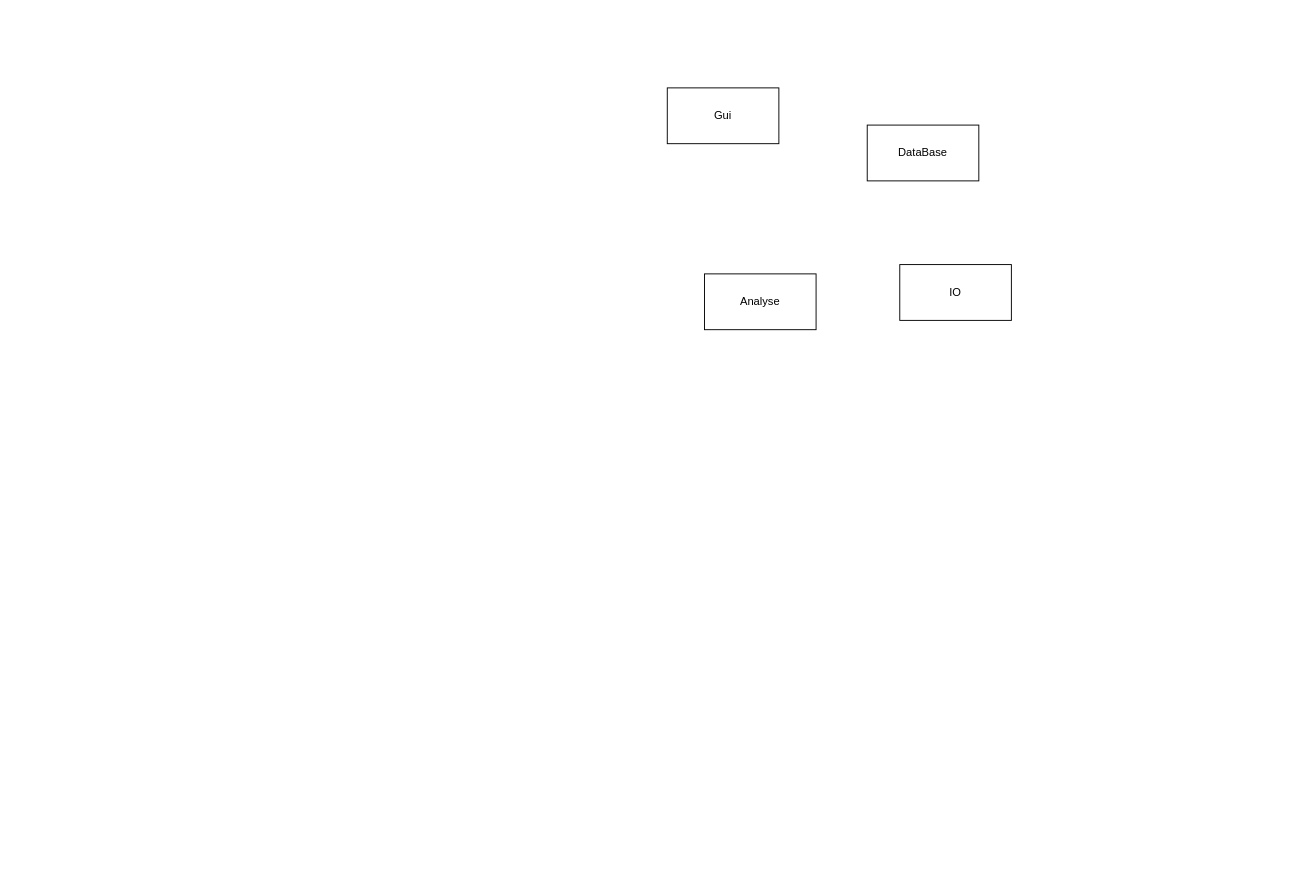
Earlier version of the draw.io diagram doc/OBS/Infrastructure/code_infrasrtucture.drawio (fbonnet08/SysProg_Cuda_Nova). Source tidied: cells renumbered, new cells numbered last; positions are measured from the earlier drawing's top-left corner, leaving out a move shared by most shapes. Both pictures are drawn from the tidied source at 93%, with x=0, y=0 at pixel (667, 87).
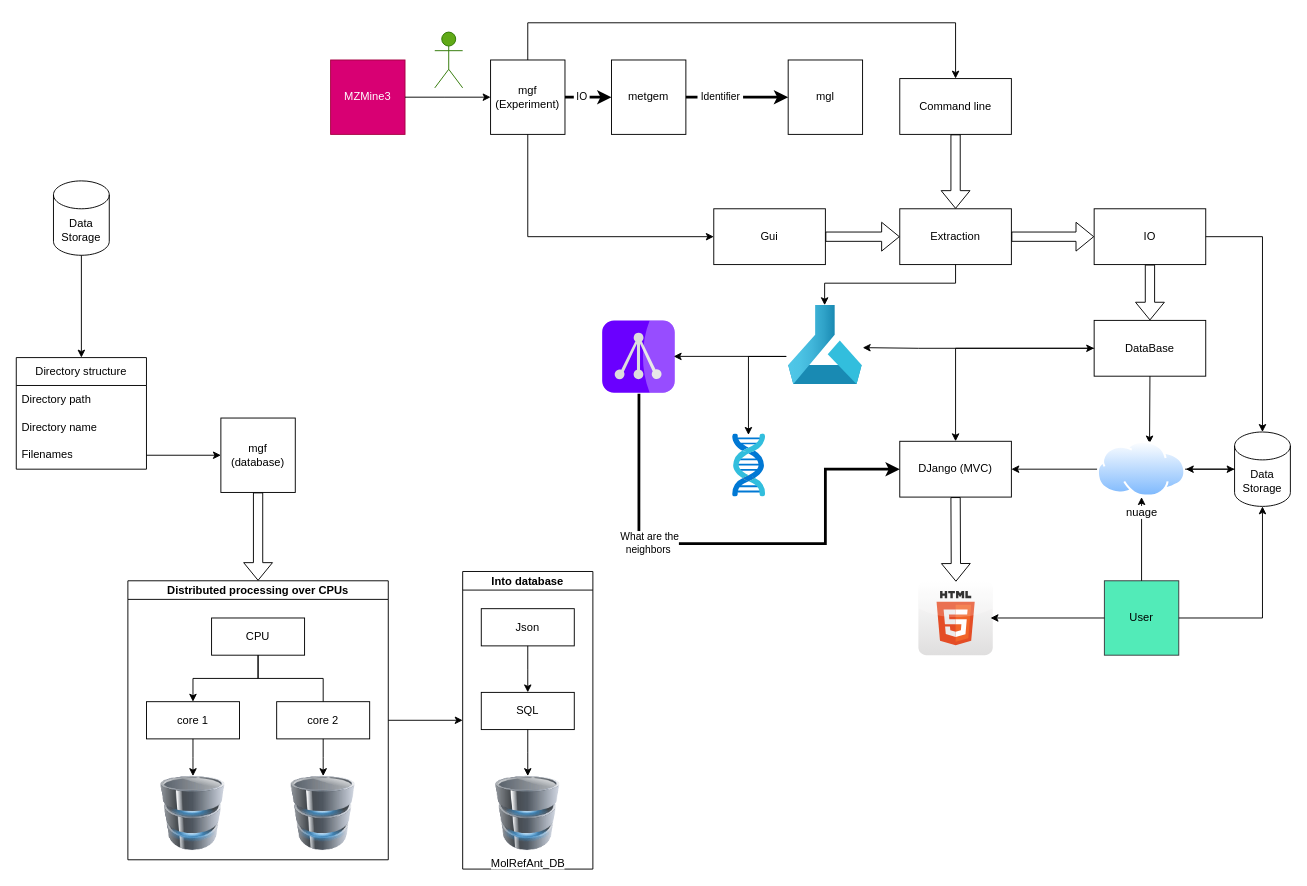
Above is the later version.

Change to the diagram source:
```diff
@@
     <mxCell id="2" value="Gui" style="rounded=0;whiteSpace=wrap;html=1;" parent="1" vertex="1">
-      <mxGeometry width="120" height="60" as="geometry" />
+      <mxGeometry x="50" y="130" width="120" height="60" as="geometry" />
     </mxCell>
-    <mxCell id="3" value="Analyse" style="rounded=0;whiteSpace=wrap;html=1;" parent="1" vertex="1">
-      <mxGeometry x="40" y="200" width="120" height="60" as="geometry" />
+    <mxCell id="3" value="Extraction" style="rounded=0;whiteSpace=wrap;html=1;" parent="1" vertex="1">
+      <mxGeometry x="250" y="130" width="120" height="60" as="geometry" />
     </mxCell>
     <mxCell id="4" value="DataBase" style="rounded=0;whiteSpace=wrap;html=1;" parent="1" vertex="1">
-      <mxGeometry x="215" y="40" width="120" height="60" as="geometry" />
+      <mxGeometry x="459" y="250" width="120" height="60" as="geometry" />
     </mxCell>
     <mxCell id="5" value="IO" style="rounded=0;whiteSpace=wrap;html=1;" parent="1" vertex="1">
-      <mxGeometry x="250" y="190" width="120" height="60" as="geometry" />
+      <mxGeometry x="459" y="130" width="120" height="60" as="geometry" />
     </mxCell>
+    <mxCell id="6" style="shape=flexArrow;endArrow=classic;html=1;rounded=0;exitX=1;exitY=0.5;exitDx=0;exitDy=0;entryX=0;entryY=0.5;entryDx=0;entryDy=0;" parent="1" edge="1" source="2" target="3">
+      <mxGeometry relative="1" as="geometry" />
+    </mxCell>
+    <mxCell id="7" style="shape=flexArrow;endArrow=classic;html=1;rounded=0;exitX=1;exitY=0.5;exitDx=0;exitDy=0;entryX=0;entryY=0.5;entryDx=0;entryDy=0;" parent="1" edge="1" source="3" target="5">
+      <mxGeometry relative="1" as="geometry" />
+    </mxCell>
+    <mxCell id="8" style="shape=flexArrow;endArrow=classic;html=1;rounded=0;exitX=0.5;exitY=1;exitDx=0;exitDy=0;entryX=0.5;entryY=0;entryDx=0;entryDy=0;" parent="1" edge="1" source="5" target="4">
+      <mxGeometry relative="1" as="geometry" />
+    </mxCell>
+    <mxCell id="9" value="Command line" style="rounded=0;whiteSpace=wrap;html=1;" parent="1" vertex="1">
+      <mxGeometry x="250" y="-10" width="120" height="60" as="geometry" />
+    </mxCell>
+    <mxCell id="10" style="shape=flexArrow;endArrow=classic;html=1;rounded=0;exitX=0.5;exitY=1;exitDx=0;exitDy=0;entryX=0.5;entryY=0;entryDx=0;entryDy=0;" parent="1" edge="1" source="9" target="3">
+      <mxGeometry relative="1" as="geometry" />
+    </mxCell>
+    <mxCell id="11" style="dashed=0;outlineConnect=0;html=1;align=center;labelPosition=center;verticalLabelPosition=bottom;verticalAlign=top;shape=mxgraph.webicons.html5;gradientColor=#DFDEDE;" parent="1" vertex="1">
+      <mxGeometry x="270" y="530" width="80" height="80" as="geometry" />
+    </mxCell>
+    <mxCell id="12" value="DJango (MVC)" style="rounded=0;whiteSpace=wrap;html=1;" parent="1" vertex="1">
+      <mxGeometry x="250" y="380" width="120" height="60" as="geometry" />
+    </mxCell>
+    <mxCell id="13" value="&lt;font color=&quot;#000000&quot;&gt;User&lt;/font&gt;" style="whiteSpace=wrap;html=1;fillColor=#52EBB8;strokeColor=#36393d;" parent="1" vertex="1">
+      <mxGeometry x="470" y="530" width="80" height="80" as="geometry" />
+    </mxCell>
+    <mxCell id="14" value="Data&lt;br&gt;Storage" style="shape=cylinder3;whiteSpace=wrap;html=1;boundedLbl=1;backgroundOutline=1;size=15;" parent="1" vertex="1">
+      <mxGeometry x="610" y="370" width="60" height="80" as="geometry" />
+    </mxCell>
+    <mxCell id="15" style="edgeStyle=segmentEdgeStyle;endArrow=classic;html=1;rounded=0;fontColor=#000000;exitX=0;exitY=0.5;exitDx=0;exitDy=0;entryX=0.5;entryY=0;entryDx=0;entryDy=0;" parent="1" edge="1" source="4" target="12">
+      <mxGeometry relative="1" as="geometry" />
+    </mxCell>
+    <mxCell id="16" style="edgeStyle=segmentEdgeStyle;endArrow=classic;html=1;rounded=0;fontColor=#000000;exitX=0;exitY=0.5;exitDx=0;exitDy=0;entryX=1;entryY=0.5;entryDx=0;entryDy=0;" parent="1" edge="1" source="45" target="12">
+      <mxGeometry relative="1" as="geometry" />
+    </mxCell>
+    <mxCell id="17" style="edgeStyle=segmentEdgeStyle;endArrow=classic;html=1;rounded=0;fontColor=#000000;exitX=0;exitY=0.5;exitDx=0;exitDy=0;entryX=0.97;entryY=0.503;entryDx=0;entryDy=0;entryPerimeter=0;" parent="1" edge="1" source="13" target="11">
+      <mxGeometry relative="1" as="geometry" />
+    </mxCell>
+    <mxCell id="18" style="edgeStyle=segmentEdgeStyle;endArrow=classic;html=1;rounded=0;fontColor=#000000;exitX=0.5;exitY=0;exitDx=0;exitDy=0;entryX=0.5;entryY=1;entryDx=0;entryDy=0;" parent="1" edge="1" source="13" target="45">
+      <mxGeometry relative="1" as="geometry" />
+    </mxCell>
+    <mxCell id="19" style="shape=flexArrow;endArrow=classic;html=1;rounded=0;fontColor=#000000;exitX=0.5;exitY=1;exitDx=0;exitDy=0;entryX=0.505;entryY=0.012;entryDx=0;entryDy=0;entryPerimeter=0;" parent="1" edge="1" source="12" target="11">
+      <mxGeometry relative="1" as="geometry" />
+    </mxCell>
+    <mxCell id="20" style="edgeStyle=segmentEdgeStyle;endArrow=classic;html=1;rounded=0;fontColor=#000000;exitX=1;exitY=0.5;exitDx=0;exitDy=0;entryX=0.5;entryY=1;entryDx=0;entryDy=0;entryPerimeter=0;" parent="1" edge="1" source="13" target="14">
+      <mxGeometry relative="1" as="geometry" />
+    </mxCell>
+    <mxCell id="21" style="edgeStyle=segmentEdgeStyle;endArrow=classic;html=1;rounded=0;fontColor=#000000;exitX=0.5;exitY=1;exitDx=0;exitDy=0;entryX=0.59;entryY=0.039;entryDx=0;entryDy=0;entryPerimeter=0;" parent="1" edge="1" source="4" target="45">
+      <mxGeometry relative="1" as="geometry" />
+    </mxCell>
+    <mxCell id="22" style="edgeStyle=segmentEdgeStyle;endArrow=classic;html=1;rounded=0;fontColor=#000000;exitX=1;exitY=0.5;exitDx=0;exitDy=0;entryX=0.5;entryY=0;entryDx=0;entryDy=0;entryPerimeter=0;" parent="1" edge="1" source="5" target="14">
+      <mxGeometry relative="1" as="geometry">
+        <Array as="points">
+          <mxPoint x="640" y="160" />
+        </Array>
+      </mxGeometry>
+    </mxCell>
+    <mxCell id="23" style="html=1;points=[];align=center;image;fontSize=12;image=img/lib/azure2/ai_machine_learning/Machine_Learning.svg;fontColor=#000000;fillColor=#52EBB8;" parent="1" vertex="1">
+      <mxGeometry x="130" y="234" width="80" height="85" as="geometry" />
+    </mxCell>
+    <mxCell id="24" style="edgeStyle=segmentEdgeStyle;endArrow=classic;html=1;rounded=0;fontColor=#000000;exitX=0;exitY=0.5;exitDx=0;exitDy=0;entryX=1.002;entryY=0.533;entryDx=0;entryDy=0;entryPerimeter=0;startArrow=classic;startFill=1;" parent="1" edge="1" source="4" target="23">
+      <mxGeometry relative="1" as="geometry">
+        <Array as="points">
+          <mxPoint x="270" y="280" />
+          <mxPoint x="210" y="279" />
+        </Array>
+      </mxGeometry>
+    </mxCell>
+    <mxCell id="25" style="edgeStyle=segmentEdgeStyle;endArrow=classic;html=1;rounded=0;fontColor=#000000;exitX=0.5;exitY=1;exitDx=0;exitDy=0;entryX=0.49;entryY=-0.004;entryDx=0;entryDy=0;entryPerimeter=0;" parent="1" edge="1" source="3" target="23">
+      <mxGeometry relative="1" as="geometry">
+        <Array as="points">
+          <mxPoint x="310" y="210" />
+          <mxPoint x="170" y="210" />
+          <mxPoint x="170" y="234" />
+        </Array>
+      </mxGeometry>
+    </mxCell>
+    <mxCell id="26" style="html=1;points=[];align=center;image;fontSize=12;image=img/lib/azure2/ai_machine_learning/Genomics.svg;fontColor=#000000;fillColor=#52EBB8;" parent="1" vertex="1">
+      <mxGeometry x="70" y="372" width="36" height="68" as="geometry" />
+    </mxCell>
+    <mxCell id="27" style="edgeStyle=segmentEdgeStyle;endArrow=classic;html=1;rounded=0;fontColor=#000000;exitX=0;exitY=0.5;exitDx=0;exitDy=0;exitPerimeter=0;entryX=0.875;entryY=0.5;entryDx=0;entryDy=0;entryPerimeter=0;" parent="1" edge="1" source="14">
+      <mxGeometry relative="1" as="geometry">
+        <mxPoint x="549" y="406" as="targetPoint" />
+      </mxGeometry>
+    </mxCell>
+    <mxCell id="28" value="mgl" style="whiteSpace=wrap;html=1;" parent="1" vertex="1">
+      <mxGeometry x="130" y="-30" width="80" height="80" as="geometry" />
+    </mxCell>
+    <mxCell id="29" value="metgem" style="whiteSpace=wrap;html=1;" parent="1" vertex="1">
+      <mxGeometry x="-60" y="-30" width="80" height="80" as="geometry" />
+    </mxCell>
+    <mxCell id="30" style="edgeStyle=segmentEdgeStyle;endArrow=classic;html=1;rounded=0;strokeWidth=3;exitX=1;exitY=0.5;exitDx=0;exitDy=0;entryX=0;entryY=0.5;entryDx=0;entryDy=0;" parent="1" edge="1" source="29" target="28">
+      <mxGeometry relative="1" as="geometry" />
+    </mxCell>
+    <mxCell id="31" value="&amp;nbsp;Identifier&amp;nbsp;" style="edgeLabel;html=1;align=center;verticalAlign=middle;" parent="30" vertex="1">
+      <mxGeometry x="-0.34" y="1" relative="1" as="geometry" />
+    </mxCell>
+    <mxCell id="32" style="verticalLabelPosition=bottom;sketch=0;html=1;verticalAlign=top;strokeColor=#3700CC;align=center;outlineConnect=0;shape=mxgraph.citrix.role_appcontroller;fillColor=#6a00ff;gradientDirection=south;rotation=90;fontColor=#ffffff;" parent="1" vertex="1">
+      <mxGeometry x="-70" y="250" width="78" height="78" as="geometry" />
+    </mxCell>
+    <mxCell id="33" value="MZMine3" style="whiteSpace=wrap;html=1;fillColor=#d80073;fontColor=#ffffff;strokeColor=#A50040;" parent="1" vertex="1">
+      <mxGeometry x="-362" y="-30" width="80" height="80" as="geometry" />
+    </mxCell>
+    <mxCell id="34" value="Actor" style="shape=umlActor;verticalLabelPosition=bottom;verticalAlign=top;html=1;fillColor=#60a917;fontColor=#ffffff;strokeColor=#2D7600;" parent="1" vertex="1">
+      <mxGeometry x="-250" y="-60" width="30" height="60" as="geometry" />
+    </mxCell>
+    <mxCell id="35" style="edgeStyle=segmentEdgeStyle;endArrow=classic;html=1;rounded=0;exitX=1;exitY=0.5;exitDx=0;exitDy=0;entryX=0;entryY=0.5;entryDx=0;entryDy=0;" parent="1" edge="1" source="33" target="36">
+      <mxGeometry relative="1" as="geometry">
+        <Array as="points">
+          <mxPoint x="-240" y="10" />
+          <mxPoint x="-240" y="10" />
+        </Array>
+      </mxGeometry>
+    </mxCell>
+    <mxCell id="36" value="mgf&lt;br&gt;(Experiment)" style="whiteSpace=wrap;html=1;" parent="1" vertex="1">
+      <mxGeometry x="-190" y="-30" width="80" height="80" as="geometry" />
+    </mxCell>
+    <mxCell id="37" style="edgeStyle=segmentEdgeStyle;endArrow=classic;html=1;rounded=0;strokeWidth=3;exitX=1;exitY=0.5;exitDx=0;exitDy=0;entryX=0;entryY=0.5;entryDx=0;entryDy=0;" parent="1" edge="1" source="36">
+      <mxGeometry relative="1" as="geometry">
+        <mxPoint x="-60" y="10" as="targetPoint" />
+      </mxGeometry>
+    </mxCell>
+    <mxCell id="38" value="&amp;nbsp;IO&amp;nbsp;" style="edgeLabel;html=1;align=center;verticalAlign=middle;" parent="37" vertex="1">
+      <mxGeometry x="-0.33" y="2" relative="1" as="geometry" />
+    </mxCell>
+    <mxCell id="39" style="edgeStyle=segmentEdgeStyle;endArrow=classic;html=1;rounded=0;fontColor=#000000;exitX=0.5;exitY=1;exitDx=0;exitDy=0;entryX=0;entryY=0.5;entryDx=0;entryDy=0;" parent="1" edge="1" source="36" target="2">
+      <mxGeometry relative="1" as="geometry">
+        <Array as="points">
+          <mxPoint x="-150" y="160" />
+        </Array>
+      </mxGeometry>
+    </mxCell>
+    <mxCell id="40" style="edgeStyle=segmentEdgeStyle;endArrow=classic;html=1;rounded=0;fontColor=#000000;exitX=-0.027;exitY=0.644;exitDx=0;exitDy=0;exitPerimeter=0;entryX=0.489;entryY=0.014;entryDx=0;entryDy=0;entryPerimeter=0;" parent="1" edge="1" source="23" target="32">
+      <mxGeometry relative="1" as="geometry" />
+    </mxCell>
+    <mxCell id="41" style="edgeStyle=segmentEdgeStyle;endArrow=classic;html=1;rounded=0;fontColor=#000000;exitX=-0.025;exitY=0.645;exitDx=0;exitDy=0;exitPerimeter=0;entryX=0.48;entryY=0.017;entryDx=0;entryDy=0;entryPerimeter=0;" parent="1" edge="1" source="23" target="26">
+      <mxGeometry relative="1" as="geometry" />
+    </mxCell>
+    <mxCell id="42" style="edgeStyle=segmentEdgeStyle;endArrow=classic;html=1;rounded=0;strokeWidth=3;exitX=1.013;exitY=0.493;exitDx=0;exitDy=0;entryX=0;entryY=0.5;entryDx=0;entryDy=0;exitPerimeter=0;" parent="1" edge="1" source="32" target="12">
+      <mxGeometry relative="1" as="geometry">
+        <Array as="points">
+          <mxPoint x="-30" y="490" />
+          <mxPoint x="170" y="490" />
+          <mxPoint x="170" y="410" />
+        </Array>
+      </mxGeometry>
+    </mxCell>
+    <mxCell id="43" value="What are the&lt;br&gt;neighbors&amp;nbsp;" style="edgeLabel;html=1;align=center;verticalAlign=middle;" parent="42" vertex="1">
+      <mxGeometry x="-0.34" y="1" relative="1" as="geometry" />
+    </mxCell>
+    <mxCell id="44" style="edgeStyle=orthogonalEdgeStyle;rounded=0;jettySize=auto;html=1;fontColor=#000000;startArrow=classic;startFill=1;exitX=1;exitY=0.5;exitDx=0;exitDy=0;" parent="1" edge="1" source="45" target="14">
+      <mxGeometry relative="1" as="geometry" />
+    </mxCell>
+    <mxCell id="45" value="nuage" style="perimeter=ellipsePerimeter;html=1;align=center;shadow=0;dashed=0;spacingTop=3;image;image=img/lib/active_directory/internet_cloud.svg;" parent="1" vertex="1">
+      <mxGeometry x="462.4" y="380" width="95.2" height="60" as="geometry" />
+    </mxCell>
+    <mxCell id="46" style="edgeStyle=segmentEdgeStyle;endArrow=classic;html=1;rounded=0;fontColor=#000000;exitX=0.5;exitY=0;exitDx=0;exitDy=0;entryX=0.5;entryY=0;entryDx=0;entryDy=0;" parent="1" edge="1" source="36" target="9">
+      <mxGeometry relative="1" as="geometry">
+        <Array as="points">
+          <mxPoint x="-150" y="-70" />
+          <mxPoint x="310" y="-70" />
+        </Array>
+      </mxGeometry>
+    </mxCell>
+    <mxCell id="47" value="mgf&lt;br&gt;(database)" style="whiteSpace=wrap;html=1;" parent="1" vertex="1">
+      <mxGeometry x="-480" y="355" width="80" height="80" as="geometry" />
+    </mxCell>
+    <mxCell id="48" value="Data&lt;br&gt;Storage" style="shape=cylinder3;whiteSpace=wrap;html=1;boundedLbl=1;backgroundOutline=1;size=15;" parent="1" vertex="1">
+      <mxGeometry x="-660" y="100" width="60" height="80" as="geometry" />
+    </mxCell>
+    <mxCell id="49" value="Directory structure" style="swimlane;fontStyle=0;horizontal=1;startSize=30;whiteSpace=wrap;html=1;" parent="1" vertex="1">
+      <mxGeometry x="-700" y="290" width="140" height="120" as="geometry" />
+    </mxCell>
+    <mxCell id="50" value="Directory path" style="text;strokeColor=none;fillColor=none;align=left;verticalAlign=middle;spacingLeft=4;spacingRight=4;overflow=hidden;whiteSpace=wrap;html=1;" parent="49" vertex="1">
+      <mxGeometry y="30" width="140" height="30" as="geometry" />
+    </mxCell>
+    <mxCell id="51" value="Directory name" style="text;strokeColor=none;fillColor=none;align=left;verticalAlign=middle;spacingLeft=4;spacingRight=4;overflow=hidden;whiteSpace=wrap;html=1;" parent="49" vertex="1">
+      <mxGeometry y="60" width="140" height="30" as="geometry" />
+    </mxCell>
+    <mxCell id="52" value="Filenames" style="text;strokeColor=none;fillColor=none;align=left;verticalAlign=middle;spacingLeft=4;spacingRight=4;overflow=hidden;points=[[0,0.5],[1,0.5]];portConstraint=eastwest;whiteSpace=wrap;html=1;" parent="49" vertex="1">
+      <mxGeometry y="90" width="140" height="30" as="geometry" />
+    </mxCell>
+    <mxCell id="53" style="edgeStyle=segmentEdgeStyle;endArrow=classic;html=1;rounded=0;exitX=0.5;exitY=1;exitDx=0;exitDy=0;exitPerimeter=0;entryX=0.5;entryY=0;entryDx=0;entryDy=0;" parent="1" edge="1" source="48" target="49">
+      <mxGeometry relative="1" as="geometry" />
+    </mxCell>
+    <mxCell id="54" style="edgeStyle=segmentEdgeStyle;endArrow=classic;html=1;rounded=0;exitX=1;exitY=0.5;exitDx=0;exitDy=0;entryX=0;entryY=0.5;entryDx=0;entryDy=0;" parent="1" edge="1" source="52" target="47">
+      <mxGeometry relative="1" as="geometry" />
+    </mxCell>
+    <mxCell id="55" style="edgeStyle=orthogonalEdgeStyle;rounded=0;jettySize=auto;html=1;" parent="1" edge="1" source="56" target="67">
+      <mxGeometry relative="1" as="geometry" />
+    </mxCell>
+    <mxCell id="56" value="Distributed processing over CPUs" style="swimlane;startSize=20;horizontal=1;horizontalTree=0;containerType=tree;" parent="1" vertex="1">
+      <mxGeometry x="-580" y="530" width="280" height="300" as="geometry" />
+    </mxCell>
+    <mxCell id="57" value="CPU" style="whiteSpace=wrap;html=1;" parent="56" vertex="1">
+      <mxGeometry x="90" y="40" width="100" height="40" as="geometry" />
+    </mxCell>
+    <mxCell id="58" value="core 1" style="whiteSpace=wrap;html=1;" parent="56" vertex="1">
+      <mxGeometry x="20" y="130" width="100" height="40" as="geometry" />
+    </mxCell>
+    <mxCell id="59" style="edgeStyle=elbowEdgeStyle;elbow=vertical;html=1;rounded=0;" parent="56" edge="1" source="57" target="58">
+      <mxGeometry relative="1" as="geometry" />
+    </mxCell>
+    <mxCell id="60" value="core 2" style="whiteSpace=wrap;html=1;" parent="56" vertex="1">
+      <mxGeometry x="160" y="130" width="100" height="40" as="geometry" />
+    </mxCell>
+    <mxCell id="61" style="edgeStyle=elbowEdgeStyle;elbow=vertical;html=1;rounded=0;endArrow=none;" parent="56" edge="1" source="57" target="60">
+      <mxGeometry relative="1" as="geometry" />
+    </mxCell>
+    <mxCell id="62" style="image;html=1;image=img/lib/clip_art/computers/Database_128x128.png;" parent="56" vertex="1">
+      <mxGeometry x="170" y="210" width="80" height="80" as="geometry" />
+    </mxCell>
+    <mxCell id="63" style="image;html=1;image=img/lib/clip_art/computers/Database_128x128.png;" parent="56" vertex="1">
+      <mxGeometry x="30" y="210" width="80" height="80" as="geometry" />
+    </mxCell>
+    <mxCell id="64" style="edgeStyle=elbowEdgeStyle;elbow=vertical;html=1;rounded=0;entryX=0.5;entryY=0;entryDx=0;entryDy=0;exitX=0.5;exitY=1;exitDx=0;exitDy=0;" parent="56" edge="1" source="58" target="63">
+      <mxGeometry relative="1" as="geometry" />
+    </mxCell>
+    <mxCell id="65" style="edgeStyle=elbowEdgeStyle;elbow=vertical;html=1;rounded=0;entryX=0.5;entryY=0;entryDx=0;entryDy=0;exitX=0.5;exitY=1;exitDx=0;exitDy=0;" parent="56" edge="1" source="60" target="62">
+      <mxGeometry relative="1" as="geometry" />
+    </mxCell>
+    <mxCell id="66" style="shape=flexArrow;endArrow=classic;html=1;rounded=0;exitX=0.5;exitY=1;exitDx=0;exitDy=0;entryX=0.5;entryY=0;entryDx=0;entryDy=0;" parent="1" edge="1" source="47" target="56">
+      <mxGeometry relative="1" as="geometry" />
+    </mxCell>
+    <mxCell id="67" value="Into database" style="swimlane;startSize=20;horizontal=1;horizontalTree=0;containerType=tree;" parent="1" vertex="1">
+      <mxGeometry x="-220" y="520" width="140" height="320" as="geometry" />
+    </mxCell>
+    <mxCell id="68" value="Json" style="whiteSpace=wrap;html=1;" parent="67" vertex="1">
+      <mxGeometry x="20" y="40" width="100" height="40" as="geometry" />
+    </mxCell>
+    <mxCell id="69" value="SQL" style="whiteSpace=wrap;html=1;" parent="67" vertex="1">
+      <mxGeometry x="20" y="130" width="100" height="40" as="geometry" />
+    </mxCell>
+    <mxCell id="70" style="edgeStyle=elbowEdgeStyle;elbow=vertical;html=1;rounded=0;endArrow=classic;startArrow=none;startFill=0;endFill=1;" parent="67" edge="1" source="68" target="69">
+      <mxGeometry relative="1" as="geometry" />
+    </mxCell>
+    <mxCell id="71" value="MolRefAnt_DB" style="image;html=1;image=img/lib/clip_art/computers/Database_128x128.png;" parent="67" vertex="1">
+      <mxGeometry x="30" y="220" width="80" height="80" as="geometry" />
+    </mxCell>
+    <mxCell id="72" style="edgeStyle=elbowEdgeStyle;elbow=vertical;html=1;rounded=0;entryX=0.5;entryY=0;entryDx=0;entryDy=0;exitX=0.5;exitY=1;exitDx=0;exitDy=0;" parent="67" edge="1" source="69" target="71">
+      <mxGeometry relative="1" as="geometry" />
+    </mxCell>
```
